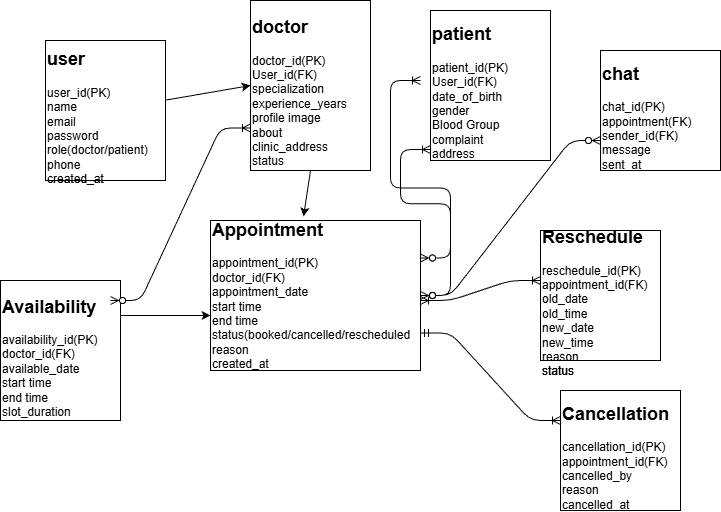
The draw.io diagram er-diagram.drawio.png in Ratha412/hello-world-api, before a commit. Source tidied: cells renumbered, new cells last; positions are measured from the earlier drawing's top-left corner, leaving out a move shared by most shapes. Its diagram source:
```xml
<mxGraphModel>
  <root>
    <mxCell id="0" />
    <mxCell id="1" parent="0" />
    <mxCell id="2" style="edgeStyle=none;html=1;entryX=0;entryY=0.5;entryDx=0;entryDy=0;" parent="1" edge="1" source="3" target="4">
      <mxGeometry relative="1" as="geometry" />
    </mxCell>
    <mxCell id="3" value="&lt;h2&gt;user&lt;/h2&gt;&lt;div&gt;user_id(PK)&lt;/div&gt;&lt;div&gt;name&lt;/div&gt;&lt;div&gt;email&lt;/div&gt;&lt;div&gt;password&lt;/div&gt;&lt;div&gt;role(doctor/patient)&lt;/div&gt;&lt;div&gt;phone&lt;/div&gt;&lt;div&gt;created_at&lt;/div&gt;" style="rounded=0;whiteSpace=wrap;html=1;align=left;" parent="1" vertex="1">
      <mxGeometry x="45" y="40" width="120" height="140" as="geometry" />
    </mxCell>
    <mxCell id="4" value="&lt;h2&gt;doctor&lt;/h2&gt;&lt;div&gt;doctor_id(PK)&lt;/div&gt;&lt;div&gt;User_id(FK)&lt;/div&gt;&lt;div&gt;specialization&lt;/div&gt;&lt;div&gt;experience_years&lt;/div&gt;&lt;div&gt;profile image&lt;/div&gt;&lt;div&gt;about&lt;/div&gt;&lt;div&gt;clinic_address&lt;/div&gt;&lt;div&gt;status&lt;/div&gt;" style="rounded=0;whiteSpace=wrap;html=1;align=left;" parent="1" vertex="1">
      <mxGeometry x="250" width="120" height="170" as="geometry" />
    </mxCell>
    <mxCell id="5" value="&lt;h2&gt;patient&lt;/h2&gt;&lt;div&gt;patient_id(PK)&lt;/div&gt;&lt;div&gt;User_id(FK)&lt;/div&gt;&lt;div&gt;date_of_birth&lt;/div&gt;&lt;div&gt;gender&lt;/div&gt;&lt;div&gt;Blood Group&lt;/div&gt;&lt;div&gt;complaint&lt;/div&gt;&lt;div&gt;address&lt;/div&gt;" style="rounded=0;whiteSpace=wrap;html=1;align=left;" parent="1" vertex="1">
      <mxGeometry x="430" y="10" width="120" height="150" as="geometry" />
    </mxCell>
    <mxCell id="6" value="&lt;h2&gt;chat&lt;/h2&gt;&lt;div&gt;chat_id(PK)&lt;/div&gt;&lt;div&gt;appointment(FK)&lt;/div&gt;&lt;div&gt;sender_id(FK)&lt;/div&gt;&lt;div&gt;message&lt;/div&gt;&lt;div&gt;sent_at&lt;/div&gt;" style="rounded=0;whiteSpace=wrap;html=1;align=left;" parent="1" vertex="1">
      <mxGeometry x="600" y="50" width="120" height="120" as="geometry" />
    </mxCell>
    <mxCell id="7" value="&lt;h2&gt;Availability&lt;/h2&gt;&lt;div&gt;availability_id(PK)&lt;/div&gt;&lt;div&gt;doctor_id(FK)&lt;/div&gt;&lt;div&gt;available_date&lt;/div&gt;&lt;div&gt;start time&lt;/div&gt;&lt;div&gt;end time&lt;/div&gt;&lt;div&gt;slot_duration&lt;/div&gt;" style="rounded=0;whiteSpace=wrap;html=1;align=left;" parent="1" vertex="1">
      <mxGeometry y="280" width="120" height="140" as="geometry" />
    </mxCell>
    <mxCell id="8" value="&lt;h2&gt;Appointment&lt;/h2&gt;&lt;div&gt;appointment_id(PK)&lt;/div&gt;&lt;div&gt;doctor_id(FK)&lt;/div&gt;&lt;div&gt;appointment_date&lt;/div&gt;&lt;div&gt;start time&lt;/div&gt;&lt;div&gt;end time&lt;/div&gt;&lt;div&gt;status(booked/cancelled/rescheduled&lt;/div&gt;&lt;div&gt;reason&lt;/div&gt;&lt;div&gt;created_at&lt;/div&gt;&lt;div&gt;&lt;br&gt;&lt;/div&gt;" style="rounded=0;whiteSpace=wrap;html=1;align=left;" parent="1" vertex="1">
      <mxGeometry x="210" y="220" width="210" height="150" as="geometry" />
    </mxCell>
    <mxCell id="9" value="&lt;h2&gt;Reschedule&lt;/h2&gt;&lt;div&gt;reschedule_id(PK)&lt;/div&gt;&lt;div&gt;appointment_id(FK)&lt;/div&gt;&lt;div&gt;old_date&lt;/div&gt;&lt;div&gt;old_time&lt;/div&gt;&lt;div&gt;new_date&lt;/div&gt;&lt;div&gt;new_time&lt;/div&gt;&lt;div&gt;reason&lt;/div&gt;&lt;div&gt;status&lt;/div&gt;" style="rounded=0;whiteSpace=wrap;html=1;align=left;" parent="1" vertex="1">
      <mxGeometry x="540" y="230" width="120" height="130" as="geometry" />
    </mxCell>
    <mxCell id="10" value="&lt;h2&gt;Cancellation&lt;/h2&gt;&lt;div&gt;cancellation_id(PK)&lt;/div&gt;&lt;div&gt;appointment_id(FK)&lt;/div&gt;&lt;div&gt;cancelled_by&lt;/div&gt;&lt;div&gt;reason&lt;/div&gt;&lt;div&gt;cancelled_at&lt;/div&gt;" style="rounded=0;whiteSpace=wrap;html=1;align=left;" parent="1" vertex="1">
      <mxGeometry x="560" y="390" width="120" height="120" as="geometry" />
    </mxCell>
    <mxCell id="11" style="edgeStyle=none;html=1;exitX=1;exitY=0.25;exitDx=0;exitDy=0;entryX=0;entryY=0.633;entryDx=0;entryDy=0;entryPerimeter=0;" parent="1" edge="1" source="7" target="8">
      <mxGeometry relative="1" as="geometry" />
    </mxCell>
    <mxCell id="12" style="edgeStyle=none;html=1;exitX=0.5;exitY=1;exitDx=0;exitDy=0;entryX=0.443;entryY=-0.027;entryDx=0;entryDy=0;entryPerimeter=0;" parent="1" edge="1" source="4" target="8">
      <mxGeometry relative="1" as="geometry" />
    </mxCell>
    <mxCell id="13" style="edgeStyle=entityRelationEdgeStyle;fontSize=12;html=1;endArrow=ERzeroToMany;endFill=1;startArrow=ERzeroToMany;elbow=vertical;exitX=1;exitY=0.5;exitDx=0;exitDy=0;" parent="1" edge="1" source="8">
      <mxGeometry relative="1" as="geometry">
        <mxPoint x="600" y="140" as="targetPoint" />
        <Array as="points">
          <mxPoint x="570" y="260" />
          <mxPoint x="570" y="250" />
          <mxPoint x="600" y="280" />
          <mxPoint x="570" y="150" />
        </Array>
      </mxGeometry>
    </mxCell>
    <mxCell id="14" style="edgeStyle=entityRelationEdgeStyle;fontSize=12;html=1;endArrow=ERoneToMany;startArrow=ERzeroToMany;elbow=vertical;entryX=0;entryY=0.75;entryDx=0;entryDy=0;" parent="1" edge="1" target="4">
      <mxGeometry relative="1" as="geometry">
        <mxPoint x="110" y="300" as="sourcePoint" />
      </mxGeometry>
    </mxCell>
    <mxCell id="15" style="edgeStyle=entityRelationEdgeStyle;fontSize=12;html=1;endArrow=ERoneToMany;startArrow=ERzeroToMany;elbow=vertical;" parent="1" edge="1" source="8">
      <mxGeometry relative="1" as="geometry">
        <mxPoint x="420" y="80" as="targetPoint" />
      </mxGeometry>
    </mxCell>
    <mxCell id="16" style="edgeStyle=entityRelationEdgeStyle;fontSize=12;html=1;endArrow=ERoneToMany;startArrow=ERoneToMany;elbow=vertical;" parent="1" edge="1">
      <mxGeometry relative="1" as="geometry">
        <mxPoint x="420" y="300" as="sourcePoint" />
        <mxPoint x="540" y="280" as="targetPoint" />
      </mxGeometry>
    </mxCell>
    <mxCell id="17" style="edgeStyle=entityRelationEdgeStyle;fontSize=12;html=1;endArrow=ERoneToMany;startArrow=ERmandOne;elbow=vertical;exitX=1;exitY=0.75;exitDx=0;exitDy=0;entryX=0;entryY=0.25;entryDx=0;entryDy=0;" parent="1" edge="1" source="8" target="10">
      <mxGeometry relative="1" as="geometry" />
    </mxCell>
    <mxCell id="18" style="edgeStyle=entityRelationEdgeStyle;fontSize=12;html=1;endArrow=ERoneToMany;startArrow=ERzeroToMany;elbow=vertical;exitX=1;exitY=0.25;exitDx=0;exitDy=0;entryX=0;entryY=0.927;entryDx=0;entryDy=0;entryPerimeter=0;" parent="1" edge="1" source="8" target="5">
      <mxGeometry relative="1" as="geometry" />
    </mxCell>
    <mxCell id="19" style="edgeStyle=none;html=1;entryX=0;entryY=0.5;entryDx=0;entryDy=0;" parent="1" edge="1" source="20" target="21">
      <mxGeometry relative="1" as="geometry" />
    </mxCell>
    <mxCell id="20" value="&lt;h2&gt;user&lt;/h2&gt;&lt;div&gt;user_id(PK)&lt;/div&gt;&lt;div&gt;name&lt;/div&gt;&lt;div&gt;email&lt;/div&gt;&lt;div&gt;password&lt;/div&gt;&lt;div&gt;role(doctor/patient)&lt;/div&gt;&lt;div&gt;phone&lt;/div&gt;&lt;div&gt;created_at&lt;/div&gt;" style="rounded=0;whiteSpace=wrap;html=1;align=left;" parent="1" vertex="1">
      <mxGeometry x="45" y="40" width="120" height="140" as="geometry" />
    </mxCell>
    <mxCell id="21" value="&lt;h2&gt;doctor&lt;/h2&gt;&lt;div&gt;doctor_id(PK)&lt;/div&gt;&lt;div&gt;User_id(FK)&lt;/div&gt;&lt;div&gt;specialization&lt;/div&gt;&lt;div&gt;experience_years&lt;/div&gt;&lt;div&gt;profile image&lt;/div&gt;&lt;div&gt;about&lt;/div&gt;&lt;div&gt;clinic_address&lt;/div&gt;&lt;div&gt;status&lt;/div&gt;" style="rounded=0;whiteSpace=wrap;html=1;align=left;" parent="1" vertex="1">
      <mxGeometry x="250" width="120" height="170" as="geometry" />
    </mxCell>
    <mxCell id="22" value="&lt;h2&gt;patient&lt;/h2&gt;&lt;div&gt;patient_id(PK)&lt;/div&gt;&lt;div&gt;User_id(FK)&lt;/div&gt;&lt;div&gt;date_of_birth&lt;/div&gt;&lt;div&gt;gender&lt;/div&gt;&lt;div&gt;Blood Group&lt;/div&gt;&lt;div&gt;complaint&lt;/div&gt;&lt;div&gt;address&lt;/div&gt;" style="rounded=0;whiteSpace=wrap;html=1;align=left;" parent="1" vertex="1">
      <mxGeometry x="430" y="10" width="120" height="150" as="geometry" />
    </mxCell>
    <mxCell id="23" value="&lt;h2&gt;chat&lt;/h2&gt;&lt;div&gt;chat_id(PK)&lt;/div&gt;&lt;div&gt;appointment(FK)&lt;/div&gt;&lt;div&gt;sender_id(FK)&lt;/div&gt;&lt;div&gt;message&lt;/div&gt;&lt;div&gt;sent_at&lt;/div&gt;" style="rounded=0;whiteSpace=wrap;html=1;align=left;" parent="1" vertex="1">
      <mxGeometry x="600" y="50" width="120" height="120" as="geometry" />
    </mxCell>
    <mxCell id="24" value="&lt;h2&gt;Availability&lt;/h2&gt;&lt;div&gt;availability_id(PK)&lt;/div&gt;&lt;div&gt;doctor_id(FK)&lt;/div&gt;&lt;div&gt;available_date&lt;/div&gt;&lt;div&gt;start time&lt;/div&gt;&lt;div&gt;end time&lt;/div&gt;&lt;div&gt;slot_duration&lt;/div&gt;" style="rounded=0;whiteSpace=wrap;html=1;align=left;" parent="1" vertex="1">
      <mxGeometry y="280" width="120" height="140" as="geometry" />
    </mxCell>
    <mxCell id="25" value="&lt;h2&gt;Appointment&lt;/h2&gt;&lt;div&gt;appointment_id(PK)&lt;/div&gt;&lt;div&gt;doctor_id(FK)&lt;/div&gt;&lt;div&gt;appointment_date&lt;/div&gt;&lt;div&gt;start time&lt;/div&gt;&lt;div&gt;end time&lt;/div&gt;&lt;div&gt;status(booked/cancelled/rescheduled&lt;/div&gt;&lt;div&gt;reason&lt;/div&gt;&lt;div&gt;created_at&lt;/div&gt;&lt;div&gt;&lt;br&gt;&lt;/div&gt;" style="rounded=0;whiteSpace=wrap;html=1;align=left;" parent="1" vertex="1">
      <mxGeometry x="210" y="220" width="210" height="150" as="geometry" />
    </mxCell>
    <mxCell id="26" value="&lt;h2&gt;Reschedule&lt;/h2&gt;&lt;div&gt;reschedule_id(PK)&lt;/div&gt;&lt;div&gt;appointment_id(FK)&lt;/div&gt;&lt;div&gt;old_date&lt;/div&gt;&lt;div&gt;old_time&lt;/div&gt;&lt;div&gt;new_date&lt;/div&gt;&lt;div&gt;new_time&lt;/div&gt;&lt;div&gt;reason&lt;/div&gt;&lt;div&gt;status&lt;/div&gt;" style="rounded=0;whiteSpace=wrap;html=1;align=left;" parent="1" vertex="1">
      <mxGeometry x="540" y="230" width="120" height="130" as="geometry" />
    </mxCell>
    <mxCell id="27" value="&lt;h2&gt;Cancellation&lt;/h2&gt;&lt;div&gt;cancellation_id(PK)&lt;/div&gt;&lt;div&gt;appointment_id(FK)&lt;/div&gt;&lt;div&gt;cancelled_by&lt;/div&gt;&lt;div&gt;reason&lt;/div&gt;&lt;div&gt;cancelled_at&lt;/div&gt;" style="rounded=0;whiteSpace=wrap;html=1;align=left;" parent="1" vertex="1">
      <mxGeometry x="560" y="390" width="120" height="120" as="geometry" />
    </mxCell>
    <mxCell id="28" style="edgeStyle=none;html=1;exitX=1;exitY=0.25;exitDx=0;exitDy=0;entryX=0;entryY=0.633;entryDx=0;entryDy=0;entryPerimeter=0;" parent="1" edge="1" source="24" target="25">
      <mxGeometry relative="1" as="geometry" />
    </mxCell>
    <mxCell id="29" style="edgeStyle=none;html=1;exitX=0.5;exitY=1;exitDx=0;exitDy=0;entryX=0.443;entryY=-0.027;entryDx=0;entryDy=0;entryPerimeter=0;" parent="1" edge="1" source="21" target="25">
      <mxGeometry relative="1" as="geometry" />
    </mxCell>
    <mxCell id="30" style="edgeStyle=entityRelationEdgeStyle;fontSize=12;html=1;endArrow=ERzeroToMany;endFill=1;startArrow=ERzeroToMany;elbow=vertical;exitX=1;exitY=0.5;exitDx=0;exitDy=0;" parent="1" edge="1" source="25">
      <mxGeometry relative="1" as="geometry">
        <mxPoint x="600" y="140" as="targetPoint" />
        <Array as="points">
          <mxPoint x="570" y="260" />
          <mxPoint x="570" y="250" />
          <mxPoint x="600" y="280" />
          <mxPoint x="570" y="150" />
        </Array>
      </mxGeometry>
    </mxCell>
    <mxCell id="31" style="edgeStyle=entityRelationEdgeStyle;fontSize=12;html=1;endArrow=ERoneToMany;startArrow=ERzeroToMany;elbow=vertical;entryX=0;entryY=0.75;entryDx=0;entryDy=0;" parent="1" edge="1" target="21">
      <mxGeometry relative="1" as="geometry">
        <mxPoint x="110" y="300" as="sourcePoint" />
      </mxGeometry>
    </mxCell>
    <mxCell id="32" style="edgeStyle=entityRelationEdgeStyle;fontSize=12;html=1;endArrow=ERoneToMany;startArrow=ERzeroToMany;elbow=vertical;" parent="1" edge="1" source="25">
      <mxGeometry relative="1" as="geometry">
        <mxPoint x="420" y="80" as="targetPoint" />
      </mxGeometry>
    </mxCell>
    <mxCell id="33" style="edgeStyle=entityRelationEdgeStyle;fontSize=12;html=1;endArrow=ERoneToMany;startArrow=ERoneToMany;elbow=vertical;" parent="1" edge="1">
      <mxGeometry relative="1" as="geometry">
        <mxPoint x="420" y="300" as="sourcePoint" />
        <mxPoint x="540" y="280" as="targetPoint" />
      </mxGeometry>
    </mxCell>
    <mxCell id="34" style="edgeStyle=entityRelationEdgeStyle;fontSize=12;html=1;endArrow=ERoneToMany;startArrow=ERmandOne;elbow=vertical;exitX=1;exitY=0.75;exitDx=0;exitDy=0;entryX=0;entryY=0.25;entryDx=0;entryDy=0;" parent="1" edge="1" source="25" target="27">
      <mxGeometry relative="1" as="geometry" />
    </mxCell>
    <mxCell id="35" style="edgeStyle=entityRelationEdgeStyle;fontSize=12;html=1;endArrow=ERoneToMany;startArrow=ERzeroToMany;elbow=vertical;exitX=1;exitY=0.25;exitDx=0;exitDy=0;entryX=0;entryY=0.927;entryDx=0;entryDy=0;entryPerimeter=0;" parent="1" edge="1" source="25" target="22">
      <mxGeometry relative="1" as="geometry" />
    </mxCell>
    <mxCell id="36" value="Untitled Layer" parent="0" />
  </root>
</mxGraphModel>
```
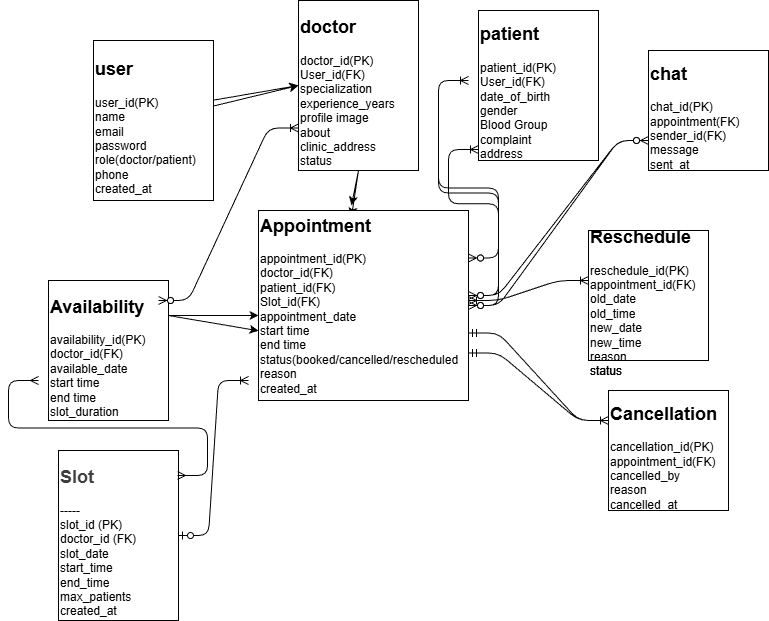
Above is the later version.

Commit message:
Updated Appointment table and added Slot table with max_patients

Change to the diagram source:
```diff
@@ -72,7 +72,7 @@
       <mxGeometry relative="1" as="geometry" />
     </mxCell>
     <mxCell id="20" value="&lt;h2&gt;user&lt;/h2&gt;&lt;div&gt;user_id(PK)&lt;/div&gt;&lt;div&gt;name&lt;/div&gt;&lt;div&gt;email&lt;/div&gt;&lt;div&gt;password&lt;/div&gt;&lt;div&gt;role(doctor/patient)&lt;/div&gt;&lt;div&gt;phone&lt;/div&gt;&lt;div&gt;created_at&lt;/div&gt;" style="rounded=0;whiteSpace=wrap;html=1;align=left;" parent="1" vertex="1">
-      <mxGeometry x="45" y="40" width="120" height="140" as="geometry" />
+      <mxGeometry x="45" y="40" width="120" height="160" as="geometry" />
     </mxCell>
     <mxCell id="21" value="&lt;h2&gt;doctor&lt;/h2&gt;&lt;div&gt;doctor_id(PK)&lt;/div&gt;&lt;div&gt;User_id(FK)&lt;/div&gt;&lt;div&gt;specialization&lt;/div&gt;&lt;div&gt;experience_years&lt;/div&gt;&lt;div&gt;profile image&lt;/div&gt;&lt;div&gt;about&lt;/div&gt;&lt;div&gt;clinic_address&lt;/div&gt;&lt;div&gt;status&lt;/div&gt;" style="rounded=0;whiteSpace=wrap;html=1;align=left;" parent="1" vertex="1">
       <mxGeometry x="250" width="120" height="170" as="geometry" />
@@ -86,8 +86,8 @@
     <mxCell id="24" value="&lt;h2&gt;Availability&lt;/h2&gt;&lt;div&gt;availability_id(PK)&lt;/div&gt;&lt;div&gt;doctor_id(FK)&lt;/div&gt;&lt;div&gt;available_date&lt;/div&gt;&lt;div&gt;start time&lt;/div&gt;&lt;div&gt;end time&lt;/div&gt;&lt;div&gt;slot_duration&lt;/div&gt;" style="rounded=0;whiteSpace=wrap;html=1;align=left;" parent="1" vertex="1">
       <mxGeometry y="280" width="120" height="140" as="geometry" />
     </mxCell>
-    <mxCell id="25" value="&lt;h2&gt;Appointment&lt;/h2&gt;&lt;div&gt;appointment_id(PK)&lt;/div&gt;&lt;div&gt;doctor_id(FK)&lt;/div&gt;&lt;div&gt;appointment_date&lt;/div&gt;&lt;div&gt;start time&lt;/div&gt;&lt;div&gt;end time&lt;/div&gt;&lt;div&gt;status(booked/cancelled/rescheduled&lt;/div&gt;&lt;div&gt;reason&lt;/div&gt;&lt;div&gt;created_at&lt;/div&gt;&lt;div&gt;&lt;br&gt;&lt;/div&gt;" style="rounded=0;whiteSpace=wrap;html=1;align=left;" parent="1" vertex="1">
-      <mxGeometry x="210" y="220" width="210" height="150" as="geometry" />
+    <mxCell id="25" value="&lt;h2&gt;Appointment&lt;/h2&gt;&lt;div&gt;appointment_id(PK)&lt;/div&gt;&lt;div&gt;doctor_id(FK)&lt;/div&gt;&lt;div&gt;patient_id(FK)&lt;/div&gt;&lt;div&gt;Slot_id(FK)&lt;/div&gt;&lt;div&gt;appointment_date&lt;/div&gt;&lt;div&gt;start time&lt;/div&gt;&lt;div&gt;end time&lt;/div&gt;&lt;div&gt;status(booked/cancelled/rescheduled&lt;/div&gt;&lt;div&gt;reason&lt;/div&gt;&lt;div&gt;created_at&lt;/div&gt;&lt;div&gt;&lt;br&gt;&lt;/div&gt;" style="rounded=0;whiteSpace=wrap;html=1;align=left;" parent="1" vertex="1">
+      <mxGeometry x="210" y="210" width="210" height="190" as="geometry" />
     </mxCell>
     <mxCell id="26" value="&lt;h2&gt;Reschedule&lt;/h2&gt;&lt;div&gt;reschedule_id(PK)&lt;/div&gt;&lt;div&gt;appointment_id(FK)&lt;/div&gt;&lt;div&gt;old_date&lt;/div&gt;&lt;div&gt;old_time&lt;/div&gt;&lt;div&gt;new_date&lt;/div&gt;&lt;div&gt;new_time&lt;/div&gt;&lt;div&gt;reason&lt;/div&gt;&lt;div&gt;status&lt;/div&gt;" style="rounded=0;whiteSpace=wrap;html=1;align=left;" parent="1" vertex="1">
       <mxGeometry x="540" y="230" width="120" height="130" as="geometry" />
@@ -134,6 +134,19 @@
     <mxCell id="35" style="edgeStyle=entityRelationEdgeStyle;fontSize=12;html=1;endArrow=ERoneToMany;startArrow=ERzeroToMany;elbow=vertical;exitX=1;exitY=0.25;exitDx=0;exitDy=0;entryX=0;entryY=0.927;entryDx=0;entryDy=0;entryPerimeter=0;" parent="1" edge="1" source="25" target="22">
       <mxGeometry relative="1" as="geometry" />
     </mxCell>
+    <mxCell id="37" value="&lt;h2&gt;&lt;span style=&quot;color: rgb(63, 63, 63); background-color: transparent;&quot;&gt;Slot&lt;/span&gt;&lt;/h2&gt;&lt;div&gt;&lt;div&gt;-----&lt;/div&gt;&lt;div&gt;slot_id (PK)&lt;/div&gt;&lt;div&gt;doctor_id (FK)&lt;/div&gt;&lt;div&gt;slot_date&lt;/div&gt;&lt;div&gt;start_time&lt;/div&gt;&lt;div&gt;end_time&lt;/div&gt;&lt;div&gt;max_patients&lt;/div&gt;&lt;div&gt;created_at&lt;/div&gt;&lt;/div&gt;" style="rounded=0;whiteSpace=wrap;html=1;align=left;" parent="1" vertex="1">
+      <mxGeometry x="10" y="450" width="120" height="170" as="geometry" />
+    </mxCell>
+    <mxCell id="38" style="edgeStyle=entityRelationEdgeStyle;fontSize=12;html=1;endArrow=ERoneToMany;startArrow=ERzeroToOne;exitX=1;exitY=0.5;exitDx=0;exitDy=0;" parent="1" edge="1" source="37">
+      <mxGeometry relative="1" as="geometry">
+        <mxPoint x="200" y="380" as="targetPoint" />
+      </mxGeometry>
+    </mxCell>
+    <mxCell id="39" style="edgeStyle=entityRelationEdgeStyle;fontSize=12;html=1;endArrow=ERmany;startArrow=ERmany;exitX=0.992;exitY=0.147;exitDx=0;exitDy=0;exitPerimeter=0;" parent="1" edge="1" source="37">
+      <mxGeometry relative="1" as="geometry">
+        <mxPoint x="-10" y="380" as="targetPoint" />
+      </mxGeometry>
+    </mxCell>
     <mxCell id="36" value="Untitled Layer" parent="0" />
   </root>
 </mxGraphModel>
```
